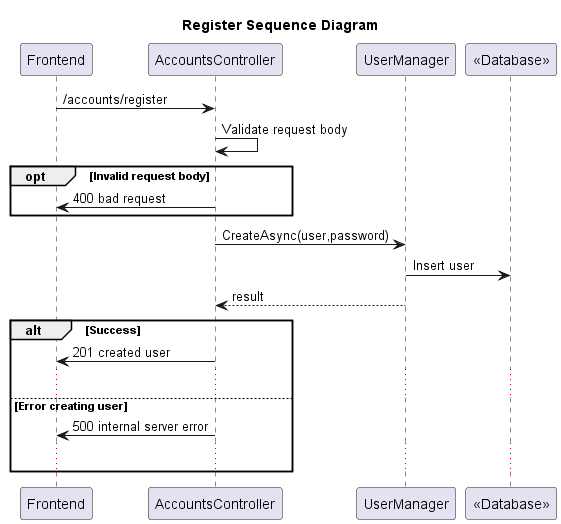
Above: diagrams/out/backend/registerSequence/registerSequence.png in a-chiha/FinanceTrackerBackend (PlantUML), before the change. The source it was exported from:
```plantuml
@startuml
title Register Sequence Diagram
participant "Frontend" as Frontend
participant "AccountsController" as AccountsController
participant "UserManager" as UserManager
participant "<<Database>>" as Database

Frontend -> AccountsController: /accounts/register
AccountsController -> AccountsController: Validate request body
opt Invalid request body
AccountsController -> Frontend: 400 bad request
end
AccountsController -> UserManager: CreateAsync(user,password)
UserManager -> Database: Insert user
UserManager --> AccountsController: result

alt Success

AccountsController -> Frontend: 201 created user
...
else Error creating user

AccountsController -> Frontend: 500 internal server error
...
end



@enduml
```
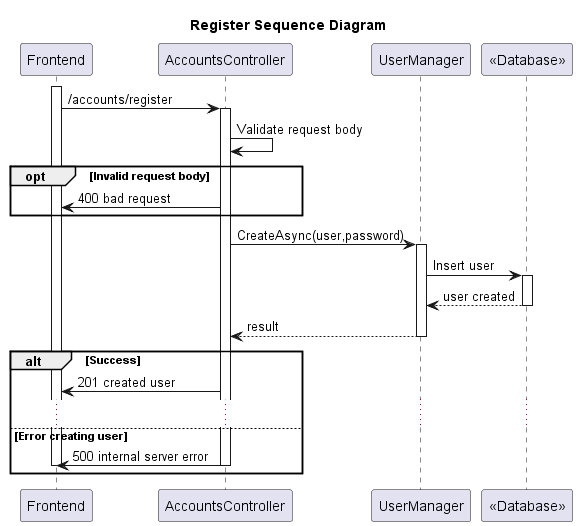
After the commit.

What changed in the source:
```diff
@@ -5,14 +5,22 @@
 participant "UserManager" as UserManager
 participant "<<Database>>" as Database
 
+activate Frontend
 Frontend -> AccountsController: /accounts/register
+activate AccountsController
 AccountsController -> AccountsController: Validate request body
 opt Invalid request body
 AccountsController -> Frontend: 400 bad request
 end
 AccountsController -> UserManager: CreateAsync(user,password)
+activate UserManager
 UserManager -> Database: Insert user
+activate Database
+Database --> UserManager: user created
+deactivate Database
 UserManager --> AccountsController: result
+deactivate UserManager
+
 
 alt Success
 
@@ -21,9 +29,9 @@
 else Error creating user
 
 AccountsController -> Frontend: 500 internal server error
-...
+deactivate AccountsController
+deactivate Frontend
 end
 
 
-
 @enduml
```
